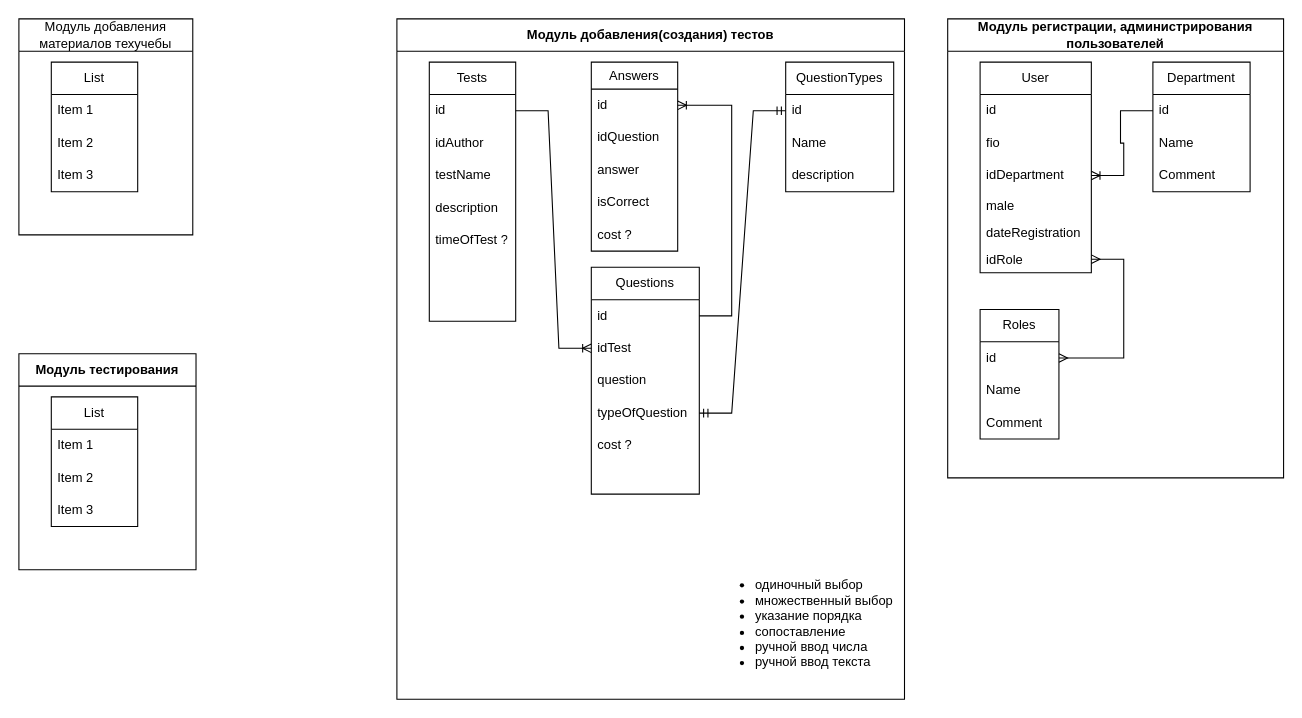
Above: техучеба.drawio in djbobah/testing (draw.io), before the change. Source tidied: cells renumbered, new cells numbered last; positions are measured from the earlier drawing's top-left corner, leaving out a move shared by most shapes. Both pictures are drawn from the tidied source at 108%, with x=0, y=0 at pixel (18, 18).
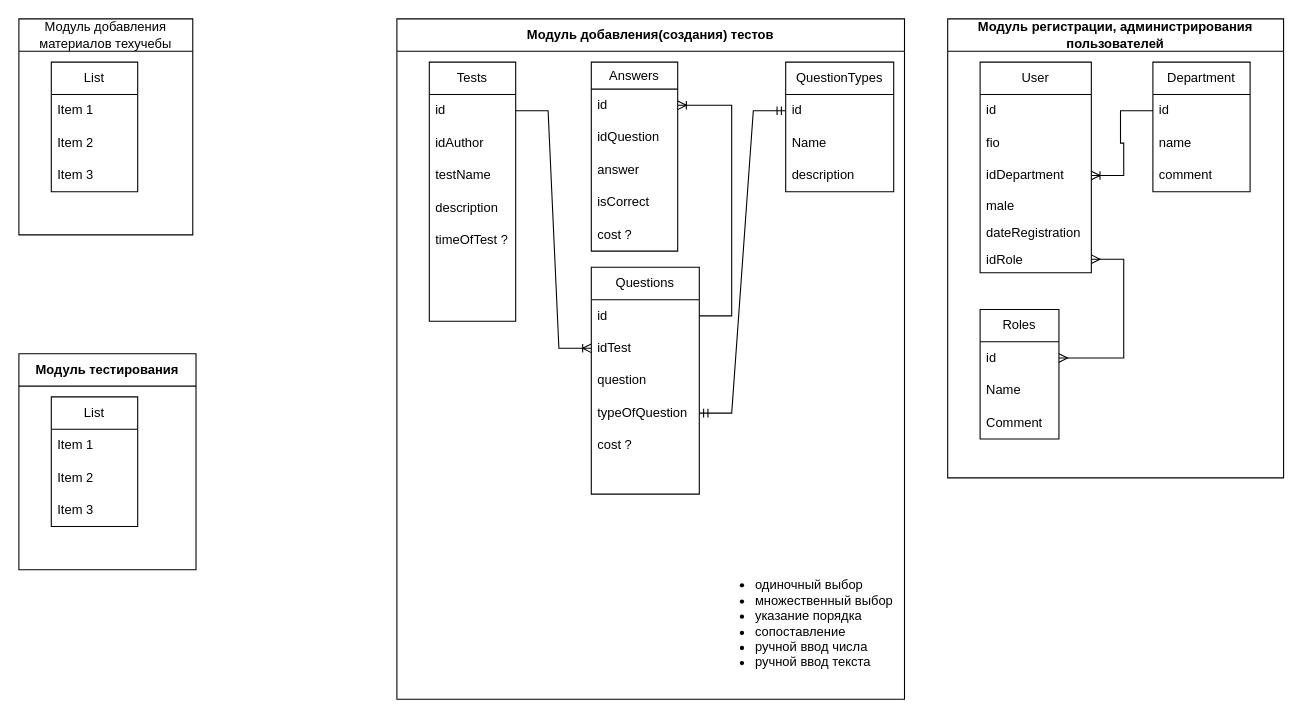
Above is the later version.

The change refers to these unchanged cells:
```xml
<mxCell id="50" value="Department" style="swimlane;fontStyle=0;horizontal=1;startSize=30;whiteSpace=wrap;html=1;" parent="42" vertex="1">
  <mxGeometry x="190" y="40" width="90" height="120" as="geometry" />
</mxCell>
```

Change to the diagram source:
```diff
@@
-    <mxCell id="52" value="Name" style="text;strokeColor=none;fillColor=none;align=left;verticalAlign=middle;spacingLeft=4;spacingRight=4;overflow=hidden;whiteSpace=wrap;html=1;" parent="50" vertex="1">
+    <mxCell id="52" value="name" style="text;strokeColor=none;fillColor=none;align=left;verticalAlign=middle;spacingLeft=4;spacingRight=4;overflow=hidden;whiteSpace=wrap;html=1;" parent="50" vertex="1">
       <mxGeometry y="60" width="90" height="30" as="geometry" />
     </mxCell>
-    <mxCell id="53" value="Comment" style="text;strokeColor=none;fillColor=none;align=left;verticalAlign=middle;spacingLeft=4;spacingRight=4;overflow=hidden;whiteSpace=wrap;html=1;" parent="50" vertex="1">
+    <mxCell id="53" value="comment" style="text;strokeColor=none;fillColor=none;align=left;verticalAlign=middle;spacingLeft=4;spacingRight=4;overflow=hidden;whiteSpace=wrap;html=1;" parent="50" vertex="1">
       <mxGeometry y="90" width="90" height="30" as="geometry" />
     </mxCell>
```
